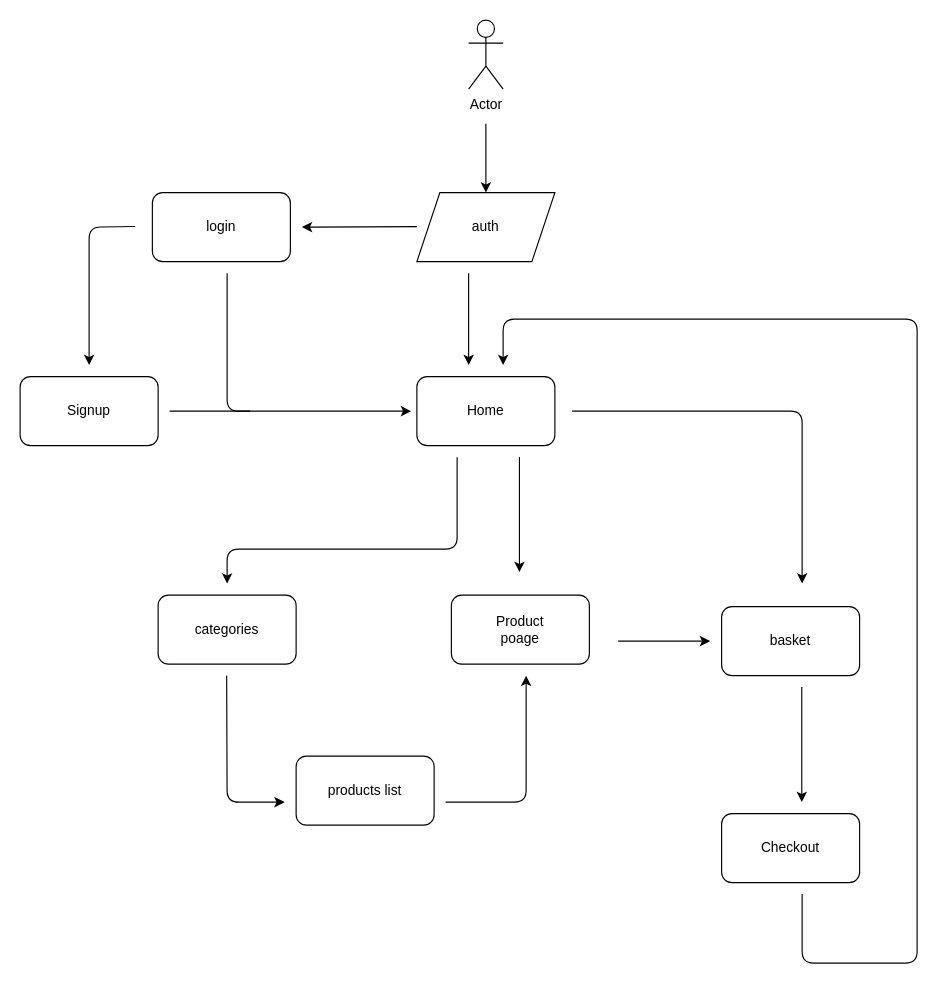
The draw.io diagram frontend/src/frontDesign.drawio in ariankoochak/shop-project, before the edit. Source tidied: cells renumbered, new cells numbered last; positions are measured from the earlier drawing's top-left corner, leaving out a move shared by most shapes. Both pictures are drawn from the tidied source at 115%, with x=0, y=0 at pixel (20, 20).
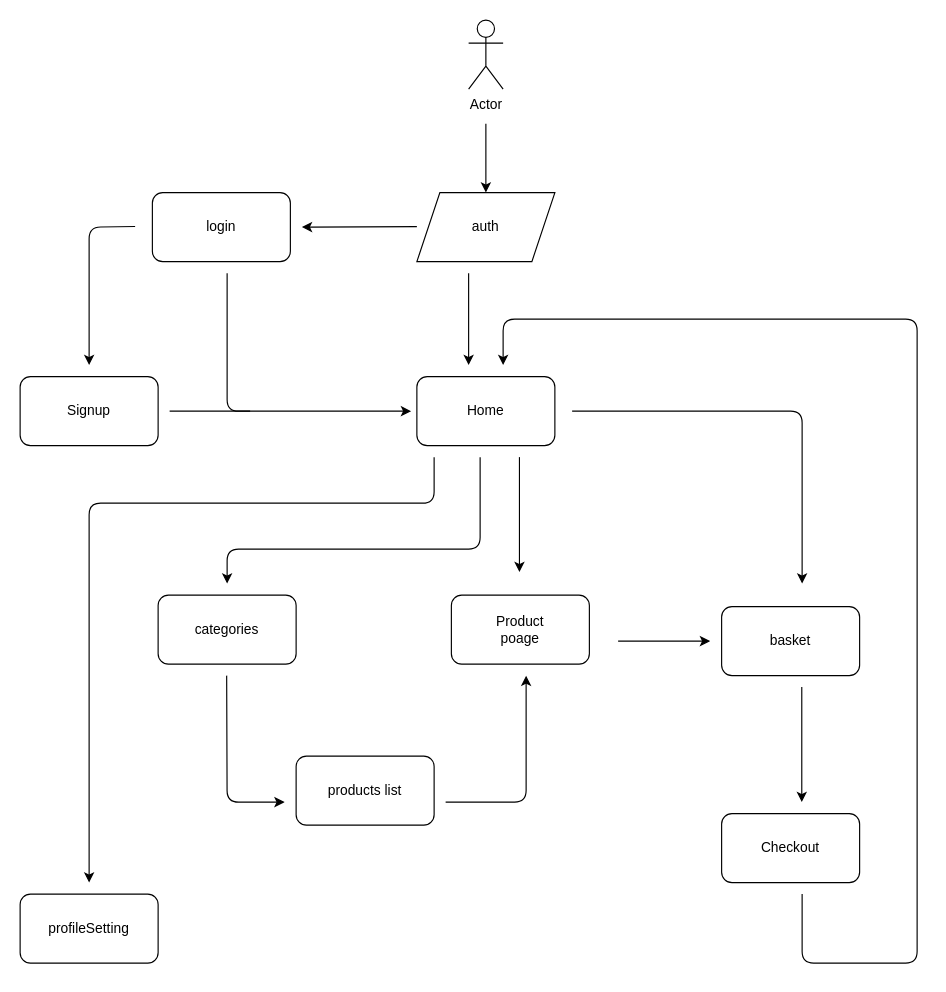
The same page after the edit.

Commit message (it also covers changes not shown here):
add setting layout

The edit, as a diff of the source:
```diff
@@
     <mxCell id="27" style="endArrow=classic;html=1;" parent="1" edge="1">
       <mxGeometry relative="1" as="geometry">
-        <mxPoint x="380" y="380" as="sourcePoint" />
+        <mxPoint x="400" y="380" as="sourcePoint" />
         <mxPoint x="180" y="490" as="targetPoint" />
         <Array as="points">
-          <mxPoint x="380" y="460" />
+          <mxPoint x="400" y="460" />
           <mxPoint x="180" y="460" />
         </Array>
       </mxGeometry>
     </mxCell>
@@
+    <mxCell id="35" style="endArrow=classic;html=1;" parent="1" edge="1">
+      <mxGeometry relative="1" as="geometry">
+        <mxPoint x="360" y="380" as="sourcePoint" />
+        <mxPoint x="60" y="750" as="targetPoint" />
+        <Array as="points">
+          <mxPoint x="360" y="420" />
+          <mxPoint x="60" y="420" />
+        </Array>
+      </mxGeometry>
+    </mxCell>
+    <mxCell id="36" style="rounded=1;whiteSpace=wrap;html=1;" parent="1" vertex="1">
+      <mxGeometry y="760" width="120" height="60" as="geometry" />
+    </mxCell>
+    <mxCell id="37" value="profileSetting" style="text;html=1;strokeColor=none;fillColor=none;align=center;verticalAlign=middle;whiteSpace=wrap;rounded=0;" parent="1" vertex="1">
+      <mxGeometry x="25" y="775" width="70" height="30" as="geometry" />
+    </mxCell>
```
